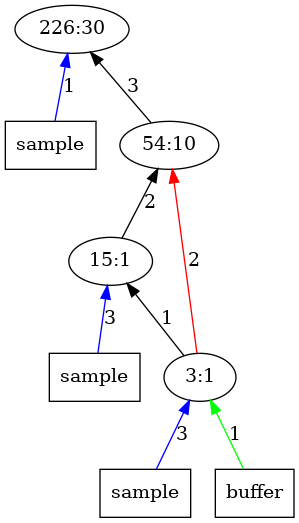
AbhikKhan/MTP_IITG keeps this Graphviz diagram as outputImages/op30.png.png. Above is the earlier version. Its source is kept beside it as outputTrees/op30.dot.
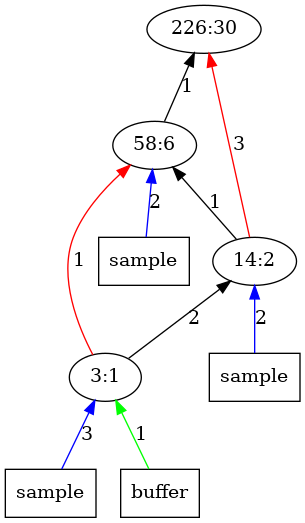
Later version of the same file.

What changed in the source:
```diff
@@ -1,16 +1,17 @@
 digraph Tree{
 	rankdir="BT"
-	x11 -> 1 [label = "1", color = "blue"];
-	x11 [label = "sample", shape = "box"];
 	1 [label = "226:30"];
-	2 -> 1 [label = "3", color = "black"];
-	2 [label = "54:10"];
-	3 -> 2 [label = "2", color = "black"];
-	x31 -> 3 [label = "3", color = "blue"];
+	2 -> 1 [label = "1", color = "black"];
+	x21 -> 2 [label = "2", color = "blue"];
+	x21 [label = "sample", shape = "box"];
+	2 [label = "58:6"];
+	3 -> 1 [label = "3", color = "red"];
+	3 -> 2 [label = "1", color = "black"];
+	x31 -> 3 [label = "2", color = "blue"];
 	x31 [label = "sample", shape = "box"];
-	3 [label = "15:1"];
-	4 -> 3 [label = "1", color = "black"];
-	4 -> 2 [label = "2", color = "red"];
+	3 [label = "14:2"];
+	4 -> 2 [label = "1", color = "red"];
+	4 -> 3 [label = "2", color = "black"];
 	x41 -> 4 [label = "3", color = "blue"];
 	x41 [label = "sample", shape = "box"];
 	x42 -> 4 [label = "1", color = "green"];
```
